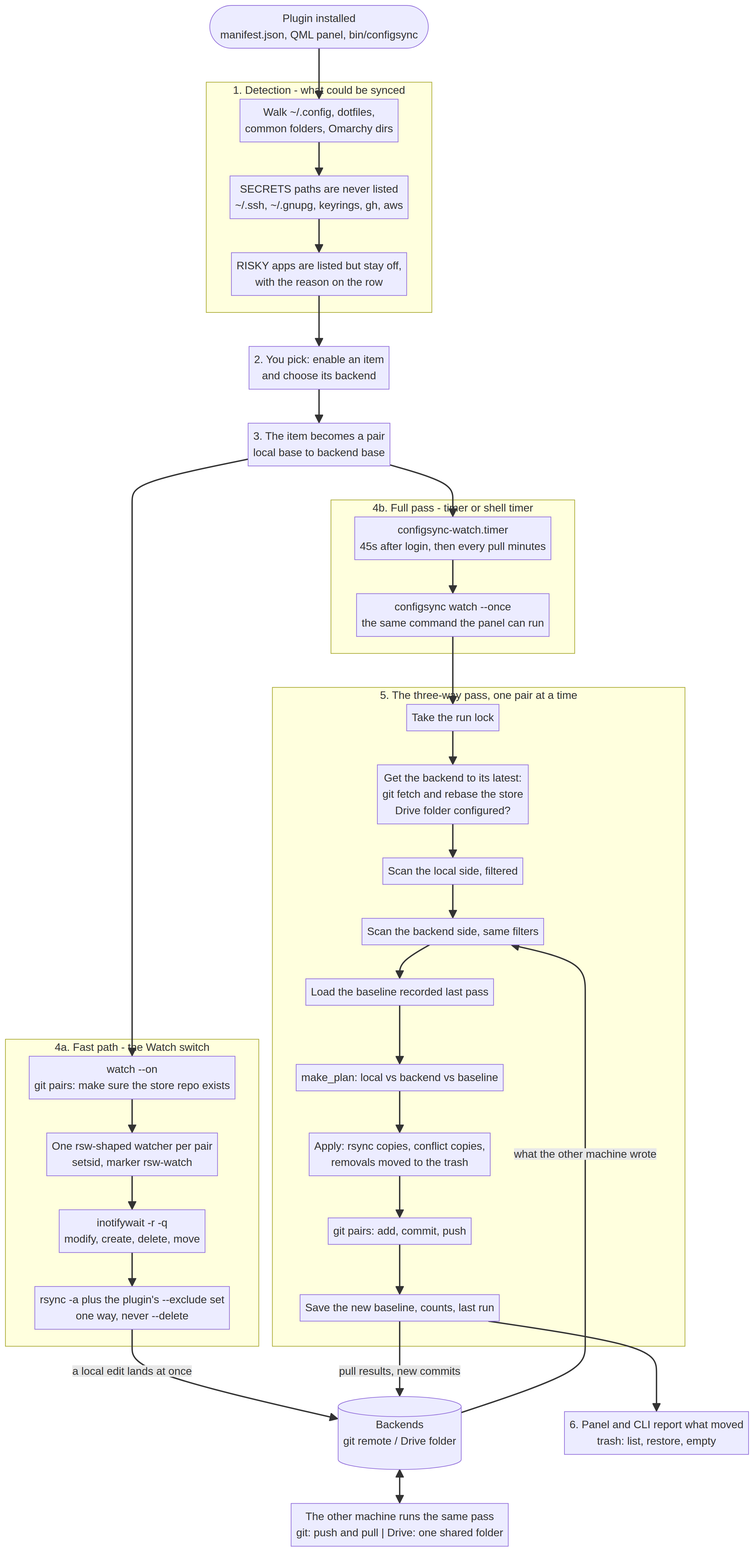
Earlier version of the Mermaid export docs/diagrams/procedure.png (iamkuo/omarchy-configsync-plugin). Its source is kept beside it as docs/diagrams/procedure.mmd.
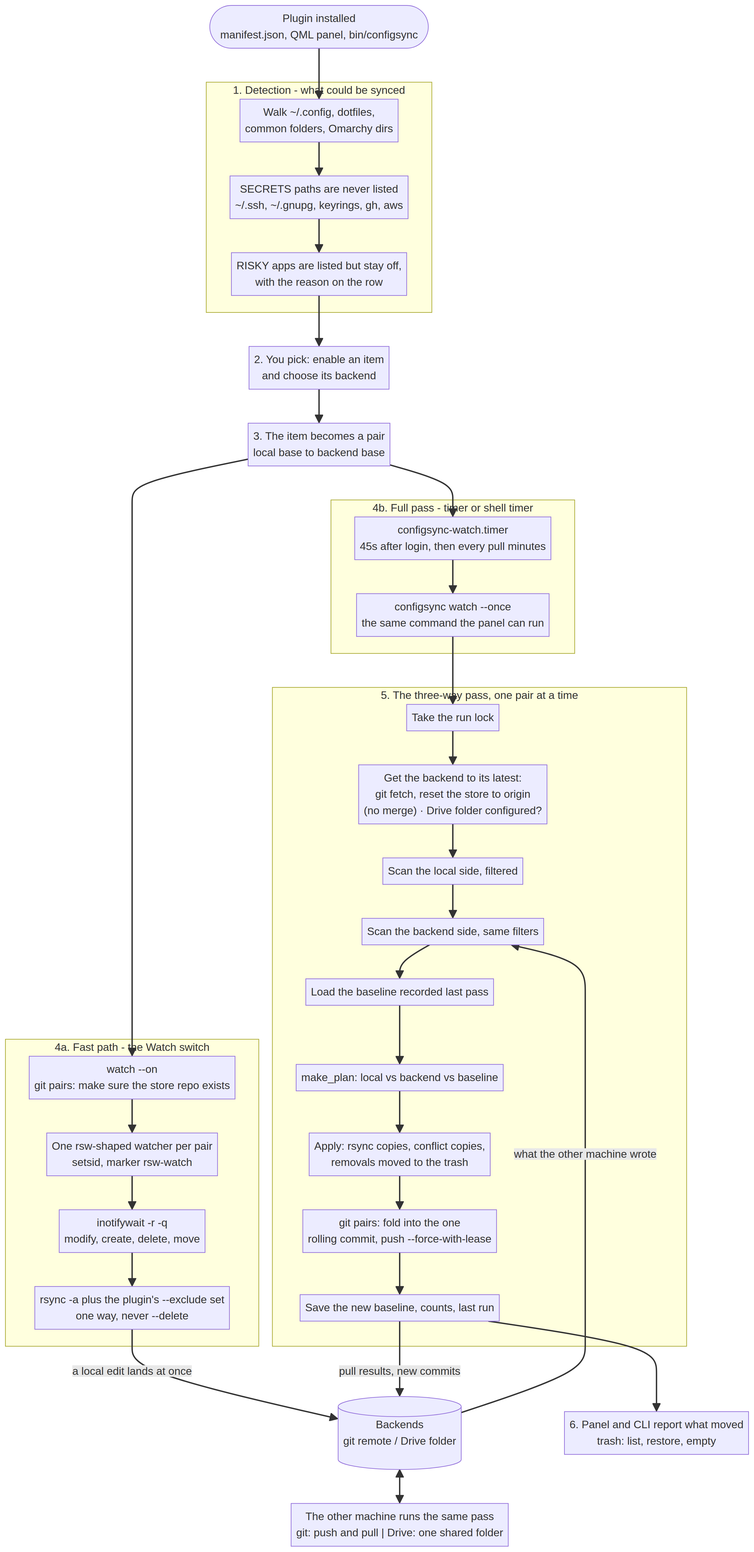
The same diagram one commit later.

The edit, as a diff of the source:
```diff
@@ -34,13 +34,13 @@
 
   subgraph S4["5. The three-way pass, one pair at a time"]
     N["Take the run lock"]
-    O["Get the backend to its latest:<br/>git fetch and rebase the store<br/>Drive folder configured?"]
+    O["Get the backend to its latest:<br/>git fetch, reset the store to origin<br/>(no merge) · Drive folder configured?"]
     P["Scan the local side, filtered"]
     Q["Scan the backend side, same filters"]
     R["Load the baseline recorded last pass"]
     S["make_plan: local vs backend vs baseline"]
     T["Apply: rsync copies, conflict copies,<br/>removals moved to the trash"]
-    U["git pairs: add, commit, push"]
+    U["git pairs: fold into the one<br/>rolling commit, push --force-with-lease"]
     V["Save the new baseline, counts, last run"]
     N --> O --> P --> Q --> R --> S --> T --> U --> V
   end
```
